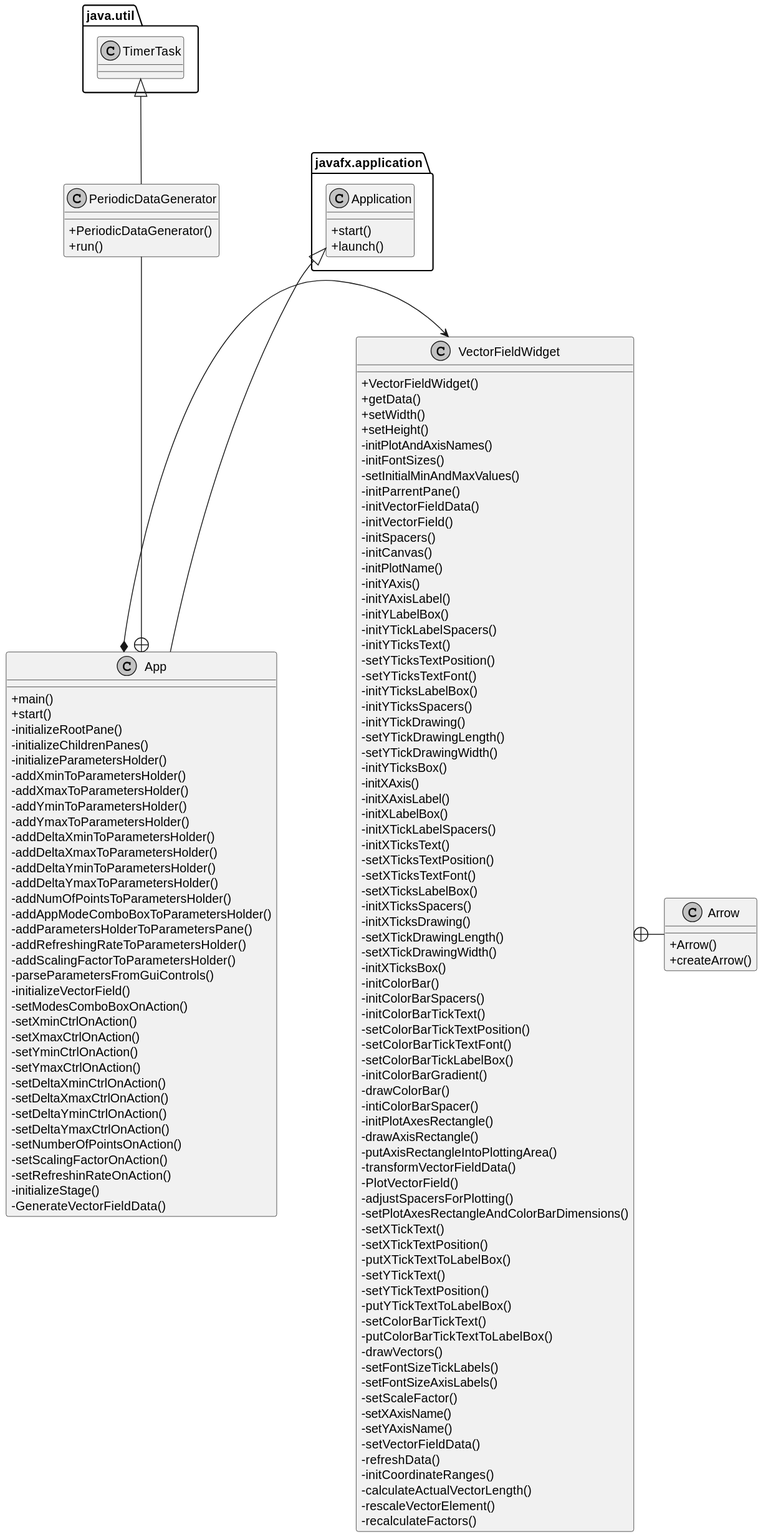
Earlier version of the PlantUML export VectorFieldWidget/src/diagrams/ClassDiagramVectorFieldWidget.svg (VPERepos/VectorFieldWidget). Its diagram source:
```plantuml
@startuml

skinparam monochrome true
skinparam classAttributeIconSize 0

together mainAppGroup{

    class javafx.application.Application{
        +start()
        +launch()
    }
    class App{
        +main()
        +start()
        -initializeRootPane()
        -initializeChildrenPanes()
        -initializeParametersHolder()
        -addXminToParametersHolder()
        -addXmaxToParametersHolder()
        -addYminToParametersHolder()
        -addYmaxToParametersHolder()
        -addDeltaXminToParametersHolder()
        -addDeltaXmaxToParametersHolder()
        -addDeltaYminToParametersHolder()
        -addDeltaYmaxToParametersHolder()
        -addNumOfPointsToParametersHolder()
        -addAppModeComboBoxToParametersHolder()
        -addParametersHolderToParametersPane()
        -addRefreshingRateToParametersHolder()
        -addScalingFactorToParametersHolder()
        -parseParametersFromGuiControls()
        -initializeVectorField()
        -setModesComboBoxOnAction()
        -setXminCtrlOnAction()
        -setXmaxCtrlOnAction()
        -setYminCtrlOnAction()
        -setYmaxCtrlOnAction()
        -setDeltaXminCtrlOnAction()
        -setDeltaXmaxCtrlOnAction()
        -setDeltaYminCtrlOnAction()
        -setDeltaYmaxCtrlOnAction()
        -setNumberOfPointsOnAction()
        -setScalingFactorOnAction()
        -setRefreshinRateOnAction()
        -initializeStage()
        -GenerateVectorFieldData()
    }
    class PeriodicDataGenerator{
        +PeriodicDataGenerator()
        +run()
    }
    class java.util.TimerTask{

    }
}
together VectorFieldWidgetGroup{
    class VectorFieldWidget{
        +VectorFieldWidget()
        +getData()
        +setWidth()
        +setHeight()
        -initPlotAndAxisNames()
        -initFontSizes()
        -setInitialMinAndMaxValues()
        -initParrentPane()
        -initVectorFieldData()
        -initVectorField()
        -initSpacers()
        -initCanvas()
        -initPlotName()
        -initYAxis()
        -initYAxisLabel()
        -initYLabelBox()
        -initYTickLabelSpacers()
        -initYTicksText()
        -setYTicksTextPosition()
        -setYTicksTextFont()
        -initYTicksLabelBox()
        -initYTicksSpacers()
        -initYTickDrawing()
        -setYTickDrawingLength()
        -setYTickDrawingWidth()
        -initYTicksBox()
        -initXAxis()
        -initXAxisLabel()
        -initXLabelBox()
        -initXTickLabelSpacers()
        -initXTicksText()
        -setXTicksTextPosition()
        -setXTicksTextFont()
        -setXTicksLabelBox()
        -initXTicksSpacers()
        -initXTicksDrawing()
        -setXTickDrawingLength()
        -setXTickDrawingWidth()
        -initXTicksBox()
        -initColorBar()
        -initColorBarSpacers()
        -initColorBarTickText()
        -setColorBarTickTextPosition()
        -setColorBarTickTextFont()
        -setColorBarTickLabelBox()
        -initColorBarGradient()
        -drawColorBar()
        -intiColorBarSpacer()
        -initPlotAxesRectangle()
        -drawAxisRectangle()
        -putAxisRectangleIntoPlottingArea()
        -transformVectorFieldData()
        -PlotVectorField()
        -adjustSpacersForPlotting()
        -setPlotAxesRectangleAndColorBarDimensions()
        -setXTickText()
        -setXTickTextPosition()
        -putXTickTextToLabelBox()
        -setYTickText()
        -setYTickTextPosition()
        -putYTickTextToLabelBox()
        -setColorBarTickText()
        -putColorBarTickTextToLabelBox()
        -drawVectors()
        -setFontSizeTickLabels()
        -setFontSizeAxisLabels()
        -setScaleFactor()
        -setXAxisName()
        -setYAxisName()
        -setVectorFieldData()
        -refreshData()
        -initCoordinateRanges()
        -calculateActualVectorLength()
        -rescaleVectorElement()
        -recalculateFactors()
    }

    class Arrow{
        +Arrow()
        +createArrow()
    }
}

App *-right-> VectorFieldWidget
VectorFieldWidget +-right- Arrow

javafx.application.Application <|-down- App
PeriodicDataGenerator --+ App
PeriodicDataGenerator --|> java.util.TimerTask


App -[hidden]down-- javafx.application.Application
PeriodicDataGenerator -[hidden]up-- java.util.TimerTask
App -[hidden]right-- VectorFieldWidgetGroup
@enduml
```
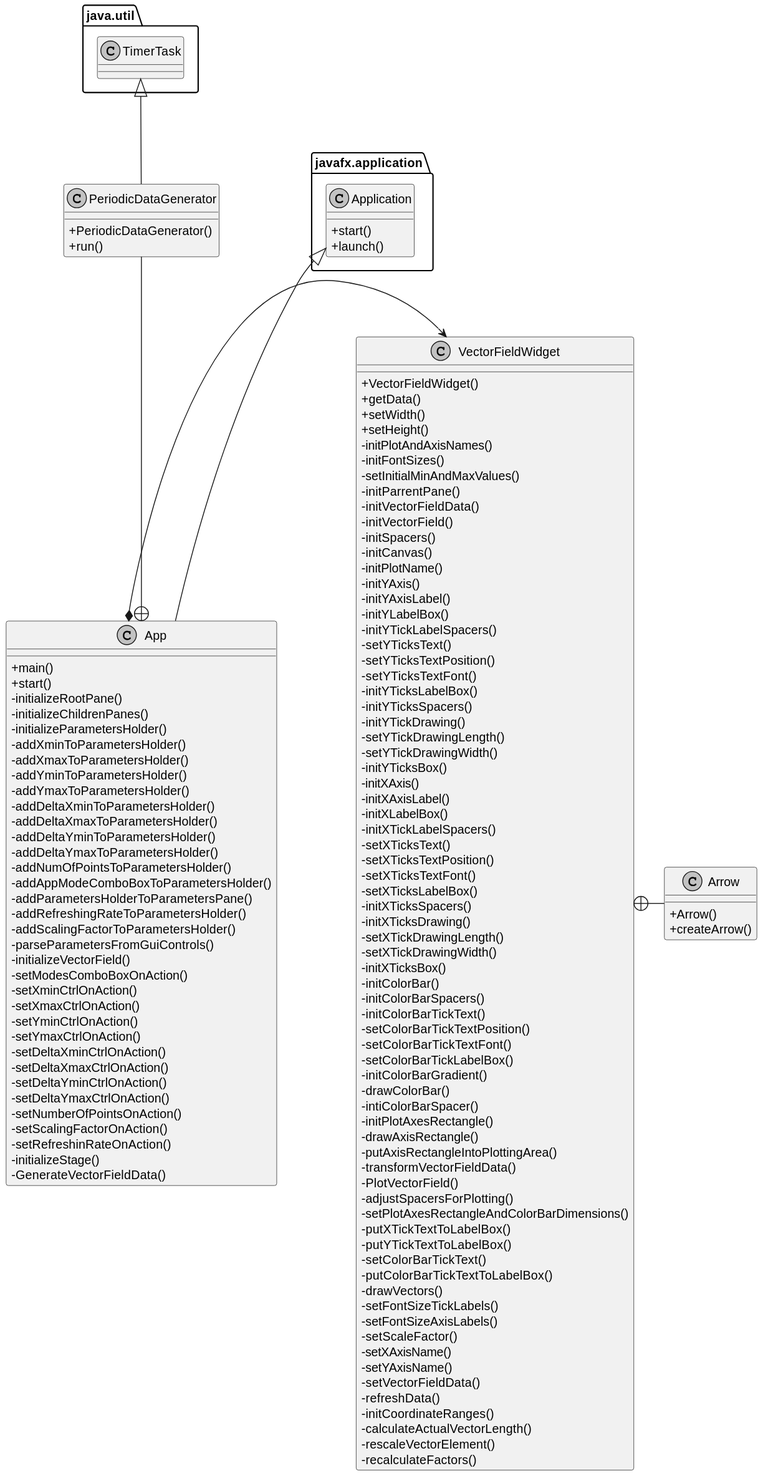
The same file after the commit.

Commit message:
Updated class diagram

The edit, as a diff of the source:
```diff
@@ -72,7 +72,7 @@
         -initYAxisLabel()
         -initYLabelBox()
         -initYTickLabelSpacers()
-        -initYTicksText()
+        -setYTicksText()
         -setYTicksTextPosition()
         -setYTicksTextFont()
         -initYTicksLabelBox()
@@ -85,7 +85,7 @@
         -initXAxisLabel()
         -initXLabelBox()
         -initXTickLabelSpacers()
-        -initXTicksText()
+        -setXTicksText()
         -setXTicksTextPosition()
         -setXTicksTextFont()
         -setXTicksLabelBox()
@@ -110,11 +110,7 @@
         -PlotVectorField()
         -adjustSpacersForPlotting()
         -setPlotAxesRectangleAndColorBarDimensions()
-        -setXTickText()
-        -setXTickTextPosition()
         -putXTickTextToLabelBox()
-        -setYTickText()
-        -setYTickTextPosition()
         -putYTickTextToLabelBox()
         -setColorBarTickText()
         -putColorBarTickTextToLabelBox()
```
